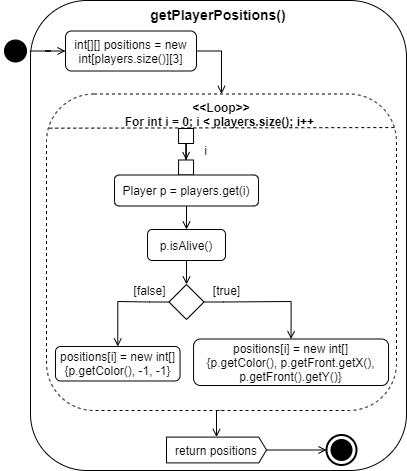
Before: Doku/images/AD_getPlayerPositions.png, a diagram exported from draw.io (KjellooMelloo/gameoftrons). Source tidied: cells renumbered, new cells last; positions are measured from the earlier drawing's top-left corner, leaving out a move shared by most shapes.
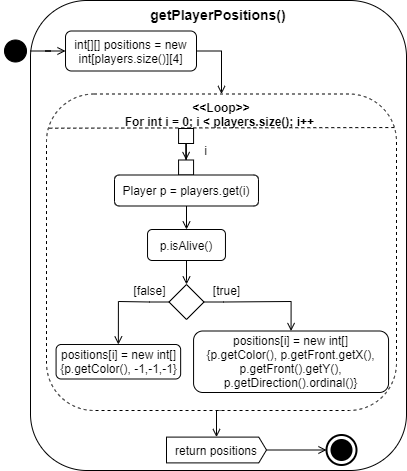
After the change.

Commit message:
getPlayerPositions now also return direction of player

Diff of the diagram source:
```diff
@@ -60,8 +60,8 @@
     <mxCell id="17" style="rhombus;whiteSpace=wrap;html=1;strokeColor=#000000;align=center;" parent="1" vertex="1">
       <mxGeometry x="168.5" y="284" width="35" height="35" as="geometry" />
     </mxCell>
-    <mxCell id="18" value="positions[i] = new int[]&lt;br&gt;{p.getColor(), p.getFront.getX(), p.getFront().getY()}" style="shape=rect;html=1;rounded=1;whiteSpace=wrap;align=center;" parent="1" vertex="1">
-      <mxGeometry x="193.1" y="338.5" width="195" height="46.5" as="geometry" />
+    <mxCell id="18" value="positions[i] = new int[]&lt;br&gt;{p.getColor(), p.getFront.getX(), p.getFront().getY(), p.getDirection().ordinal()}" style="shape=rect;html=1;rounded=1;whiteSpace=wrap;align=center;" parent="1" vertex="1">
+      <mxGeometry x="193.1" y="330.5" width="195" height="61.5" as="geometry" />
     </mxCell>
     <mxCell id="19" value="[true]" style="text;html=1;align=center;verticalAlign=middle;" parent="1" vertex="1">
       <mxGeometry x="206" y="280" width="40" height="20" as="geometry" />
@@ -76,7 +76,7 @@
         </Array>
       </mxGeometry>
     </mxCell>
-    <mxCell id="22" value="int[][] positions = new int[players.size()][3]" style="shape=rect;html=1;rounded=1;whiteSpace=wrap;align=center;" parent="1" vertex="1">
+    <mxCell id="22" value="int[][] positions = new int[players.size()][4]" style="shape=rect;html=1;rounded=1;whiteSpace=wrap;align=center;" parent="1" vertex="1">
       <mxGeometry x="65" y="30.5" width="131" height="40" as="geometry" />
     </mxCell>
     <mxCell id="23" style="edgeStyle=orthogonalEdgeStyle;rounded=0;jettySize=auto;html=1;entryX=0.5;entryY=0;entryDx=0;entryDy=0;endArrow=open;endFill=0;" parent="1" edge="1" source="24" target="17">
@@ -85,8 +85,8 @@
     <mxCell id="24" value="p.isAlive()" style="shape=rect;html=1;rounded=1;whiteSpace=wrap;align=center;" parent="1" vertex="1">
       <mxGeometry x="147" y="229" width="77.9" height="31" as="geometry" />
     </mxCell>
-    <mxCell id="25" value="positions[i] = new int[]&lt;br&gt;{p.getColor(), -1, -1}" style="shape=rect;html=1;rounded=1;whiteSpace=wrap;align=center;" parent="1" vertex="1">
-      <mxGeometry x="55" y="346" width="124.6" height="34.5" as="geometry" />
+    <mxCell id="25" value="positions[i] = new int[]&lt;br&gt;{p.getColor(), -1,-1,-1}" style="shape=rect;html=1;rounded=1;whiteSpace=wrap;align=center;" parent="1" vertex="1">
+      <mxGeometry x="55.6" y="344" width="124.6" height="34.5" as="geometry" />
     </mxCell>
     <mxCell id="26" style="edgeStyle=orthogonalEdgeStyle;rounded=0;jettySize=auto;html=1;entryX=0;entryY=0.5;entryDx=0;entryDy=0;entryPerimeter=0;endArrow=open;endFill=0;" parent="1" edge="1" source="27" target="6">
       <mxGeometry relative="1" as="geometry" />
```
